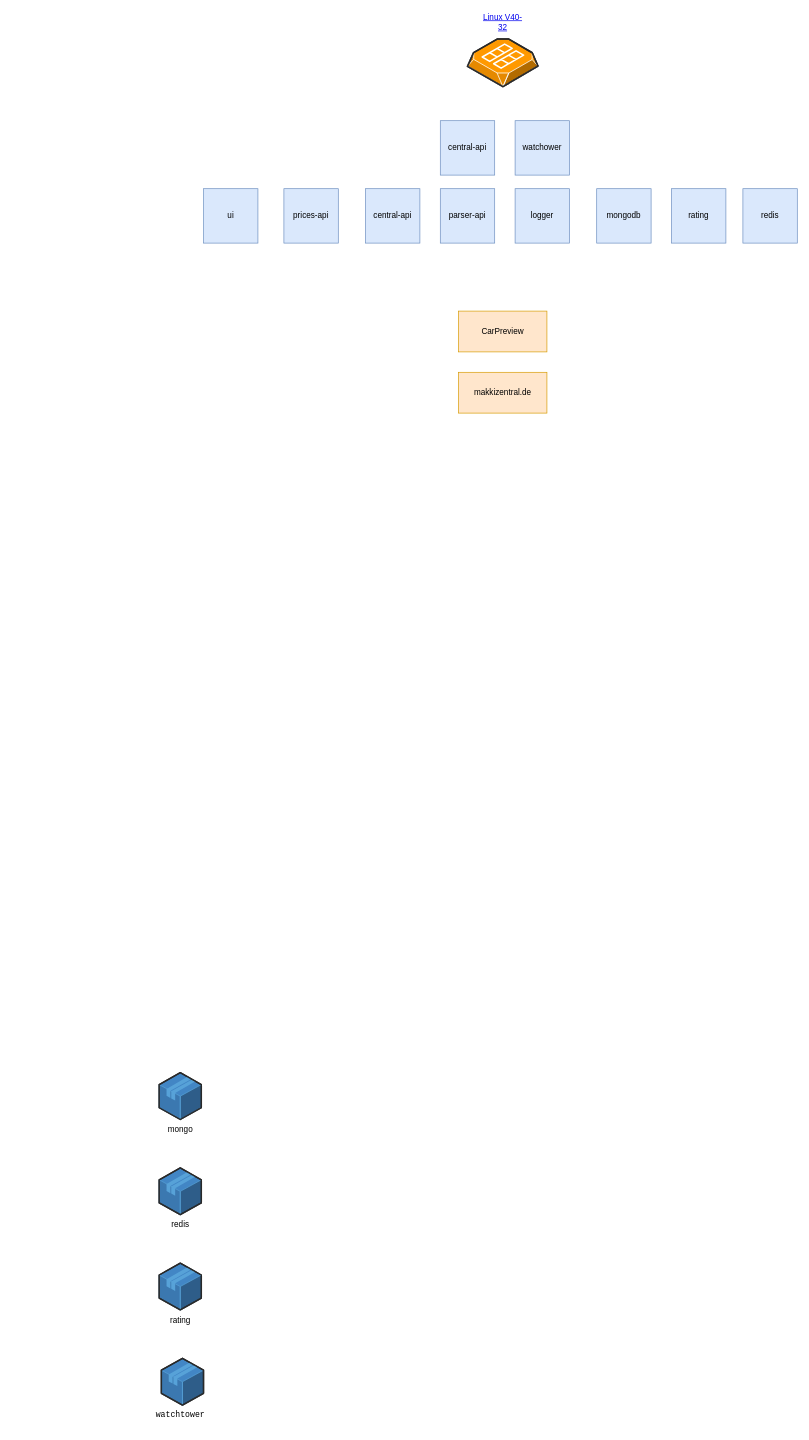
This is mussa-architecture.drawio from Tokariev/mussa-architecture, a draw.io file, before an edit. Source tidied: cells renumbered, new cells numbered last; positions are measured from the earlier drawing's top-left corner, leaving out a move shared by most shapes. Both pictures are drawn from the tidied source at 68%, with x=0, y=0 at pixel (150, 12).
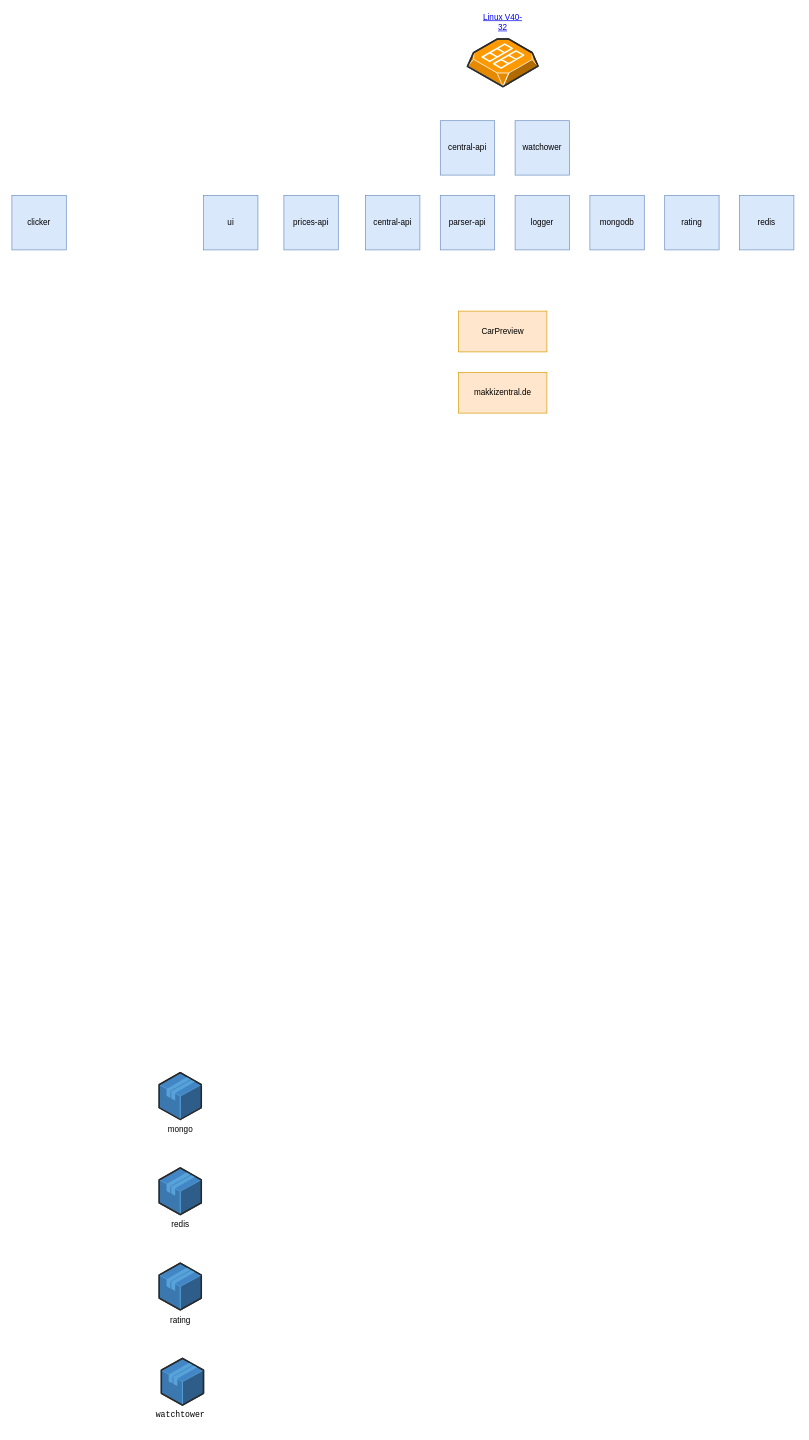
After the change.

Diff of the diagram source:
```diff
@@
     <mxCell id="15" value="parser-api" style="whiteSpace=wrap;html=1;fillColor=#dae8fc;strokeColor=#6c8ebf;" parent="1" vertex="1">
-      <mxGeometry x="426" y="260" width="80" height="80" as="geometry" />
+      <mxGeometry x="426" y="270" width="80" height="80" as="geometry" />
     </mxCell>
     <mxCell id="16" value="logger" style="whiteSpace=wrap;html=1;fillColor=#dae8fc;strokeColor=#6c8ebf;" parent="1" vertex="1">
-      <mxGeometry x="536" y="260" width="80" height="80" as="geometry" />
+      <mxGeometry x="536" y="270" width="80" height="80" as="geometry" />
     </mxCell>
     <mxCell id="17" value="central-api" style="whiteSpace=wrap;html=1;fillColor=#dae8fc;strokeColor=#6c8ebf;" parent="1" vertex="1">
-      <mxGeometry x="316" y="260" width="80" height="80" as="geometry" />
+      <mxGeometry x="316" y="270" width="80" height="80" as="geometry" />
     </mxCell>
     <mxCell id="18" value="prices-api" style="whiteSpace=wrap;html=1;fillColor=#dae8fc;strokeColor=#6c8ebf;" parent="1" vertex="1">
-      <mxGeometry x="196" y="260" width="80" height="80" as="geometry" />
+      <mxGeometry x="196" y="270" width="80" height="80" as="geometry" />
     </mxCell>
     <mxCell id="19" value="ui" style="whiteSpace=wrap;html=1;fillColor=#dae8fc;strokeColor=#6c8ebf;" parent="1" vertex="1">
-      <mxGeometry x="77.8" y="260" width="80" height="80" as="geometry" />
+      <mxGeometry x="77.8" y="270" width="80" height="80" as="geometry" />
     </mxCell>
     <mxCell id="20" value="rating" style="whiteSpace=wrap;html=1;fillColor=#dae8fc;strokeColor=#6c8ebf;" parent="1" vertex="1">
-      <mxGeometry x="766" y="260" width="80" height="80" as="geometry" />
+      <mxGeometry x="756" y="270" width="80" height="80" as="geometry" />
     </mxCell>
@@
     <mxCell id="22" value="mongodb" style="whiteSpace=wrap;html=1;fillColor=#dae8fc;strokeColor=#6c8ebf;" parent="1" vertex="1">
-      <mxGeometry x="656" y="260" width="80" height="80" as="geometry" />
+      <mxGeometry x="646" y="270" width="80" height="80" as="geometry" />
     </mxCell>
     <mxCell id="23" value="redis" style="whiteSpace=wrap;html=1;fillColor=#dae8fc;strokeColor=#6c8ebf;" parent="1" vertex="1">
-      <mxGeometry x="871" y="260" width="80" height="80" as="geometry" />
+      <mxGeometry x="866" y="270" width="80" height="80" as="geometry" />
     </mxCell>
+    <mxCell id="24" parent="0" />
+    <mxCell id="25" value="clicker" style="whiteSpace=wrap;html=1;fillColor=#dae8fc;strokeColor=#6c8ebf;" parent="24" vertex="1">
+      <mxGeometry x="-204" y="270" width="80" height="80" as="geometry" />
+    </mxCell>
```
